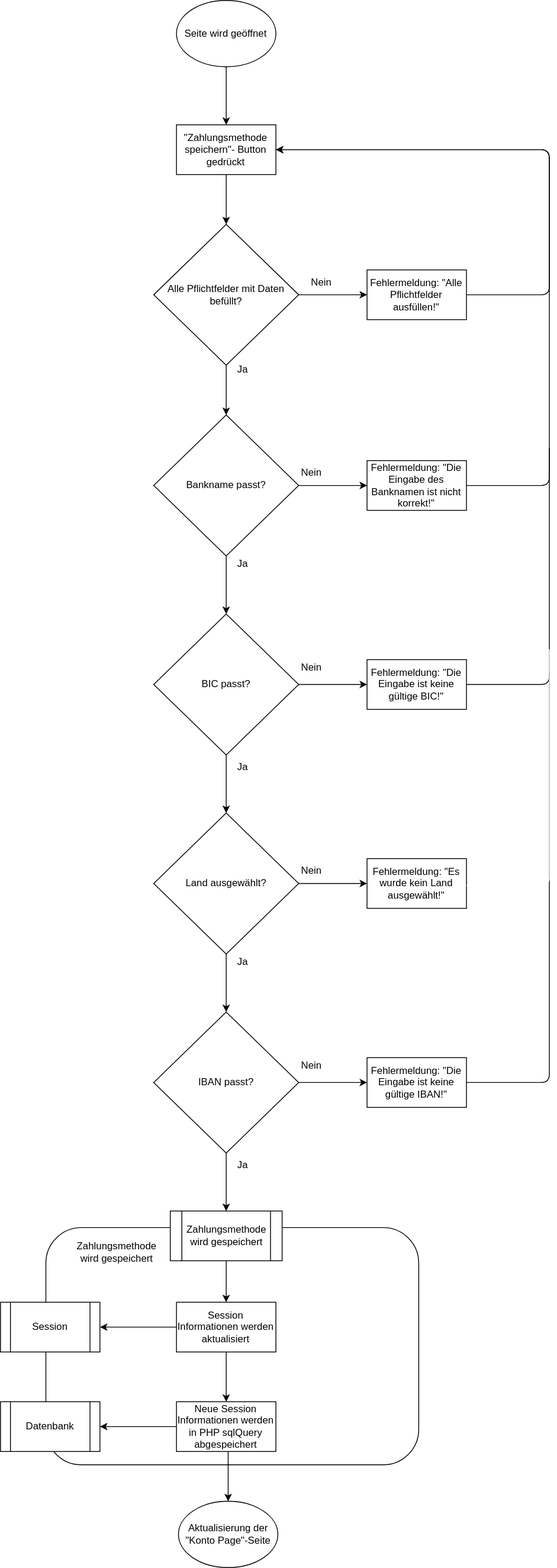
The draw.io diagram drawio/flussdiagramm_KontoPage_Zahlungsmethode_speichern.drawio.svg in Projektarbeiten/ProjectPlatypus, before a commit. Source tidied: cells renumbered, new cells last; positions are measured from the earlier drawing's top-left corner, leaving out a move shared by most shapes.
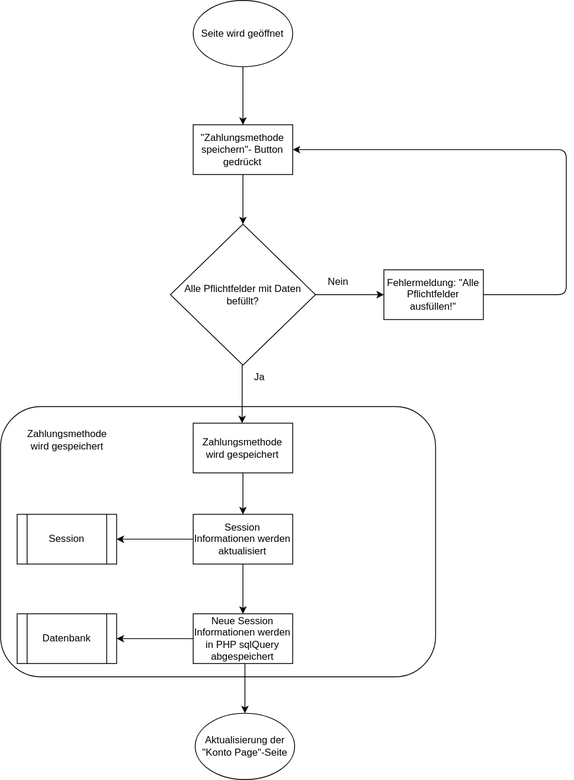
The same diagram one commit later.

Commit message:
Flussdiagramm 'Zahlungsmethode speichern' aktualisiert

Change to the diagram source:
```diff
@@ -17,9 +17,6 @@
     <mxCell id="6" style="edgeStyle=none;html=1;exitX=1;exitY=0.5;exitDx=0;exitDy=0;entryX=0;entryY=0.5;entryDx=0;entryDy=0;" parent="1" edge="1" source="8" target="10">
       <mxGeometry relative="1" as="geometry" />
     </mxCell>
-    <mxCell id="7" style="edgeStyle=none;html=1;exitX=0.5;exitY=1;exitDx=0;exitDy=0;" parent="1" edge="1" source="8" target="21">
-      <mxGeometry relative="1" as="geometry" />
-    </mxCell>
     <mxCell id="8" value="Alle Pflichtfelder mit Daten befüllt?" style="rhombus;whiteSpace=wrap;html=1;" parent="1" vertex="1">
       <mxGeometry x="184.9" y="270" width="175" height="170" as="geometry" />
     </mxCell>
@@ -37,142 +34,31 @@
     <mxCell id="11" value="Nein" style="text;html=1;align=center;verticalAlign=middle;strokeColor=none;fillColor=none;" parent="1" vertex="1">
       <mxGeometry x="362.4" y="325" width="50" height="30" as="geometry" />
     </mxCell>
-    <mxCell id="12" value="Ja" style="text;html=1;align=center;verticalAlign=middle;strokeColor=none;fillColor=none;" parent="1" vertex="1">
-      <mxGeometry x="272.4" y="430" width="40" height="30" as="geometry" />
-    </mxCell>
-    <mxCell id="13" style="edgeStyle=none;html=1;exitX=1;exitY=0.5;exitDx=0;exitDy=0;" parent="1" edge="1" source="15" target="18">
-      <mxGeometry relative="1" as="geometry" />
-    </mxCell>
-    <mxCell id="14" style="edgeStyle=none;html=1;entryX=0.5;entryY=0;entryDx=0;entryDy=0;exitX=0.5;exitY=1;exitDx=0;exitDy=0;" parent="1" edge="1" source="27">
-      <mxGeometry relative="1" as="geometry">
-        <mxPoint x="272.4" y="1460" as="targetPoint" />
-      </mxGeometry>
-    </mxCell>
-    <mxCell id="15" value="BIC passt?" style="rhombus;whiteSpace=wrap;html=1;" parent="1" vertex="1">
-      <mxGeometry x="184.9" y="740" width="175" height="170" as="geometry" />
-    </mxCell>
-    <mxCell id="16" value="Nein" style="text;html=1;align=center;verticalAlign=middle;strokeColor=none;fillColor=none;" parent="1" vertex="1">
-      <mxGeometry x="349.9" y="790" width="50" height="30" as="geometry" />
-    </mxCell>
-    <mxCell id="17" style="edgeStyle=none;html=1;entryX=1;entryY=0.5;entryDx=0;entryDy=0;" parent="1" edge="1" source="23" target="5">
-      <mxGeometry relative="1" as="geometry">
-        <Array as="points">
-          <mxPoint x="662.4" y="585" />
-          <mxPoint x="662.4" y="180" />
-        </Array>
-      </mxGeometry>
-    </mxCell>
-    <mxCell id="18" value="Fehlermeldung: &quot;Die Eingabe ist keine gültige BIC!&quot;" style="rounded=0;whiteSpace=wrap;html=1;" parent="1" vertex="1">
-      <mxGeometry x="442.4" y="795" width="120" height="60" as="geometry" />
-    </mxCell>
-    <mxCell id="19" style="edgeStyle=none;html=1;exitX=1;exitY=0.5;exitDx=0;exitDy=0;entryX=0;entryY=0.5;entryDx=0;entryDy=0;" parent="1" edge="1" source="21" target="23">
-      <mxGeometry relative="1" as="geometry" />
-    </mxCell>
-    <mxCell id="20" style="edgeStyle=none;html=1;exitX=0.5;exitY=1;exitDx=0;exitDy=0;entryX=0.5;entryY=0;entryDx=0;entryDy=0;" parent="1" edge="1" source="21" target="15">
-      <mxGeometry relative="1" as="geometry" />
-    </mxCell>
-    <mxCell id="21" value="Bankname passt?" style="rhombus;whiteSpace=wrap;html=1;" parent="1" vertex="1">
-      <mxGeometry x="184.9" y="500" width="175" height="170" as="geometry" />
-    </mxCell>
-    <mxCell id="22" value="Nein" style="text;html=1;align=center;verticalAlign=middle;strokeColor=none;fillColor=none;" parent="1" vertex="1">
-      <mxGeometry x="349.9" y="555" width="50" height="30" as="geometry" />
-    </mxCell>
-    <mxCell id="23" value="Fehlermeldung: &quot;Die Eingabe des Banknamen ist nicht korrekt!&quot;" style="rounded=0;whiteSpace=wrap;html=1;" parent="1" vertex="1">
-      <mxGeometry x="442.4" y="555" width="120" height="60" as="geometry" />
-    </mxCell>
-    <mxCell id="24" value="Ja" style="text;html=1;align=center;verticalAlign=middle;strokeColor=none;fillColor=none;" parent="1" vertex="1">
-      <mxGeometry x="272.4" y="665" width="40" height="30" as="geometry" />
-    </mxCell>
-    <mxCell id="25" style="endArrow=none;html=1;exitX=1;exitY=0.5;exitDx=0;exitDy=0;" parent="1" edge="1" source="18">
-      <mxGeometry relative="1" as="geometry">
-        <mxPoint x="662.4" y="540" as="targetPoint" />
-        <Array as="points">
-          <mxPoint x="662.4" y="825" />
-        </Array>
-      </mxGeometry>
-    </mxCell>
-    <mxCell id="26" style="edgeStyle=none;html=1;exitX=1;exitY=0.5;exitDx=0;exitDy=0;" parent="1" edge="1" source="27" target="29">
-      <mxGeometry relative="1" as="geometry" />
-    </mxCell>
-    <mxCell id="27" value="IBAN passt?" style="rhombus;whiteSpace=wrap;html=1;" parent="1" vertex="1">
-      <mxGeometry x="184.9" y="1220" width="175" height="170" as="geometry" />
-    </mxCell>
-    <mxCell id="28" value="Nein" style="text;html=1;align=center;verticalAlign=middle;strokeColor=none;fillColor=none;" parent="1" vertex="1">
-      <mxGeometry x="349.9" y="1270" width="50" height="30" as="geometry" />
-    </mxCell>
-    <mxCell id="29" value="Fehlermeldung: &quot;Die Eingabe ist keine gültige IBAN!&quot;" style="rounded=0;whiteSpace=wrap;html=1;" parent="1" vertex="1">
-      <mxGeometry x="442.4" y="1275" width="120" height="60" as="geometry" />
-    </mxCell>
-    <mxCell id="30" style="edgeStyle=none;html=1;exitX=1;exitY=0.5;exitDx=0;exitDy=0;entryX=0;entryY=0.5;entryDx=0;entryDy=0;" parent="1" edge="1" source="32" target="34">
-      <mxGeometry relative="1" as="geometry" />
-    </mxCell>
-    <mxCell id="31" style="edgeStyle=none;html=1;exitX=0.5;exitY=1;exitDx=0;exitDy=0;entryX=0.5;entryY=0;entryDx=0;entryDy=0;" parent="1" edge="1" source="32" target="27">
-      <mxGeometry relative="1" as="geometry" />
-    </mxCell>
-    <mxCell id="32" value="Land ausgewählt?" style="rhombus;whiteSpace=wrap;html=1;" parent="1" vertex="1">
-      <mxGeometry x="184.9" y="980" width="175" height="170" as="geometry" />
-    </mxCell>
-    <mxCell id="33" value="Nein" style="text;html=1;align=center;verticalAlign=middle;strokeColor=none;fillColor=none;" parent="1" vertex="1">
-      <mxGeometry x="349.9" y="1035" width="50" height="30" as="geometry" />
-    </mxCell>
-    <mxCell id="34" value="Fehlermeldung: &quot;Es wurde kein Land ausgewählt!&quot;" style="rounded=0;whiteSpace=wrap;html=1;" parent="1" vertex="1">
-      <mxGeometry x="442.4" y="1035" width="120" height="60" as="geometry" />
-    </mxCell>
-    <mxCell id="35" value="Ja" style="text;html=1;align=center;verticalAlign=middle;strokeColor=none;fillColor=none;" parent="1" vertex="1">
-      <mxGeometry x="272.4" y="1145" width="40" height="30" as="geometry" />
-    </mxCell>
-    <mxCell id="36" style="endArrow=none;html=1;exitX=1;exitY=0.5;exitDx=0;exitDy=0;" parent="1" edge="1" source="29">
-      <mxGeometry relative="1" as="geometry">
-        <mxPoint x="662.4" y="810" as="targetPoint" />
-        <Array as="points">
-          <mxPoint x="662.4" y="1305" />
-        </Array>
-      </mxGeometry>
-    </mxCell>
-    <mxCell id="37" style="edgeStyle=none;html=1;entryX=0.5;entryY=0;entryDx=0;entryDy=0;exitX=0.5;exitY=1;exitDx=0;exitDy=0;" parent="1" edge="1">
-      <mxGeometry relative="1" as="geometry">
-        <mxPoint x="272.4" y="910" as="sourcePoint" />
-        <mxPoint x="272.4" y="980" as="targetPoint" />
-      </mxGeometry>
-    </mxCell>
-    <mxCell id="38" value="Ja" style="text;html=1;align=center;verticalAlign=middle;strokeColor=none;fillColor=none;" parent="1" vertex="1">
-      <mxGeometry x="272.4" y="910" width="40" height="30" as="geometry" />
-    </mxCell>
     <mxCell id="39" value="Ja" style="text;html=1;align=center;verticalAlign=middle;strokeColor=none;fillColor=none;" parent="1" vertex="1">
-      <mxGeometry x="272.4" y="1390" width="40" height="30" as="geometry" />
+      <mxGeometry x="272.4" y="440" width="40" height="30" as="geometry" />
     </mxCell>
-    <mxCell id="40" style="endArrow=none;html=1;exitX=1;exitY=0.5;exitDx=0;exitDy=0;strokeColor=#FFFFFF;" parent="1" edge="1">
-      <mxGeometry relative="1" as="geometry">
-        <mxPoint x="562.4" y="1067.5" as="sourcePoint" />
-        <mxPoint x="662.4" y="782.5" as="targetPoint" />
-        <Array as="points">
-          <mxPoint x="662.4" y="1067.5" />
-        </Array>
-      </mxGeometry>
-    </mxCell>
     <mxCell id="41" style="rounded=1;whiteSpace=wrap;html=1;" parent="1" vertex="1">
-      <mxGeometry x="54.8" y="1480" width="450" height="286" as="geometry" />
+      <mxGeometry x="-20" y="490" width="524.8" height="326" as="geometry" />
     </mxCell>
     <mxCell id="42" value="&lt;span style=&quot;&quot;&gt;Zahlungsmethode&lt;br&gt;wird gespeichert&lt;/span&gt;" style="text;html=1;align=center;verticalAlign=middle;strokeColor=none;fillColor=none;" parent="1" vertex="1">
-      <mxGeometry x="80" y="1490" width="120" height="40" as="geometry" />
+      <mxGeometry y="510" width="120" height="40" as="geometry" />
     </mxCell>
-    <mxCell id="43" style="edgeStyle=none;html=1;" parent="1" edge="1" source="44" target="46">
-      <mxGeometry relative="1" as="geometry" />
+    <mxCell id="43" style="edgeStyle=none;html=1;" parent="1" edge="1" target="46">
+      <mxGeometry relative="1" as="geometry">
+        <mxPoint x="272.4" y="570" as="sourcePoint" />
+      </mxGeometry>
     </mxCell>
-    <mxCell id="44" value="Zahlungsmethode&lt;br style=&quot;&quot;&gt;&lt;span style=&quot;&quot;&gt;wird gespeichert&lt;/span&gt;" style="shape=process;whiteSpace=wrap;html=1;backgroundOutline=1;" parent="1" vertex="1">
-      <mxGeometry x="204.9" y="1460" width="135" height="60" as="geometry" />
-    </mxCell>
     <mxCell id="45" style="edgeStyle=none;html=1;entryX=0.5;entryY=0;entryDx=0;entryDy=0;" parent="1" edge="1" source="46" target="47">
       <mxGeometry relative="1" as="geometry" />
     </mxCell>
     <mxCell id="46" value="Session Informationen werden aktualisiert" style="rounded=0;whiteSpace=wrap;html=1;" parent="1" vertex="1">
-      <mxGeometry x="212.4" y="1570" width="120" height="60" as="geometry" />
+      <mxGeometry x="212.4" y="620" width="120" height="60" as="geometry" />
     </mxCell>
     <mxCell id="47" value="Neue Session Informationen werden in PHP sqlQuery abgespeichert" style="rounded=0;whiteSpace=wrap;html=1;" parent="1" vertex="1">
-      <mxGeometry x="212.4" y="1690" width="120" height="60" as="geometry" />
+      <mxGeometry x="212.4" y="740" width="120" height="60" as="geometry" />
     </mxCell>
     <mxCell id="48" value="Datenbank" style="shape=process;whiteSpace=wrap;html=1;backgroundOutline=1;" parent="1" vertex="1">
-      <mxGeometry y="1690" width="120" height="60" as="geometry" />
+      <mxGeometry y="740" width="120" height="60" as="geometry" />
     </mxCell>
     <mxCell id="49" style="endArrow=classic;html=1;exitX=0;exitY=0.5;exitDx=0;exitDy=0;entryX=1;entryY=0.5;entryDx=0;entryDy=0;" parent="1" edge="1" source="47" target="48">
       <mxGeometry relative="1" as="geometry" />
@@ -181,15 +67,24 @@
       <mxGeometry relative="1" as="geometry" />
     </mxCell>
     <mxCell id="51" value="Session" style="shape=process;whiteSpace=wrap;html=1;backgroundOutline=1;" parent="1" vertex="1">
-      <mxGeometry y="1570" width="120" height="60" as="geometry" />
+      <mxGeometry y="620" width="120" height="60" as="geometry" />
     </mxCell>
     <mxCell id="52" style="edgeStyle=none;html=1;exitX=0.5;exitY=1;exitDx=0;exitDy=0;" parent="1" edge="1" target="53">
       <mxGeometry relative="1" as="geometry">
-        <mxPoint x="274.8" y="1750" as="sourcePoint" />
+        <mxPoint x="274.8" y="800" as="sourcePoint" />
       </mxGeometry>
     </mxCell>
     <mxCell id="53" value="Aktualisierung der &quot;Konto Page&quot;-Seite" style="ellipse;whiteSpace=wrap;html=1;" parent="1" vertex="1">
-      <mxGeometry x="214.8" y="1810" width="120" height="80" as="geometry" />
+      <mxGeometry x="214.8" y="860" width="120" height="80" as="geometry" />
     </mxCell>
+    <mxCell id="54" style="edgeStyle=none;html=1;entryX=0.5;entryY=0;entryDx=0;entryDy=0;exitX=0.5;exitY=1;exitDx=0;exitDy=0;" parent="1" edge="1">
+      <mxGeometry relative="1" as="geometry">
+        <mxPoint x="271.4" y="440" as="sourcePoint" />
+        <mxPoint x="271.4" y="510" as="targetPoint" />
+      </mxGeometry>
+    </mxCell>
+    <mxCell id="44" value="Zahlungsmethode&lt;br&gt;wird gespeichert" style="rounded=0;whiteSpace=wrap;html=1;" parent="1" vertex="1">
+      <mxGeometry x="212.4" y="510" width="120" height="60" as="geometry" />
+    </mxCell>
   </root>
 </mxGraphModel>
```
